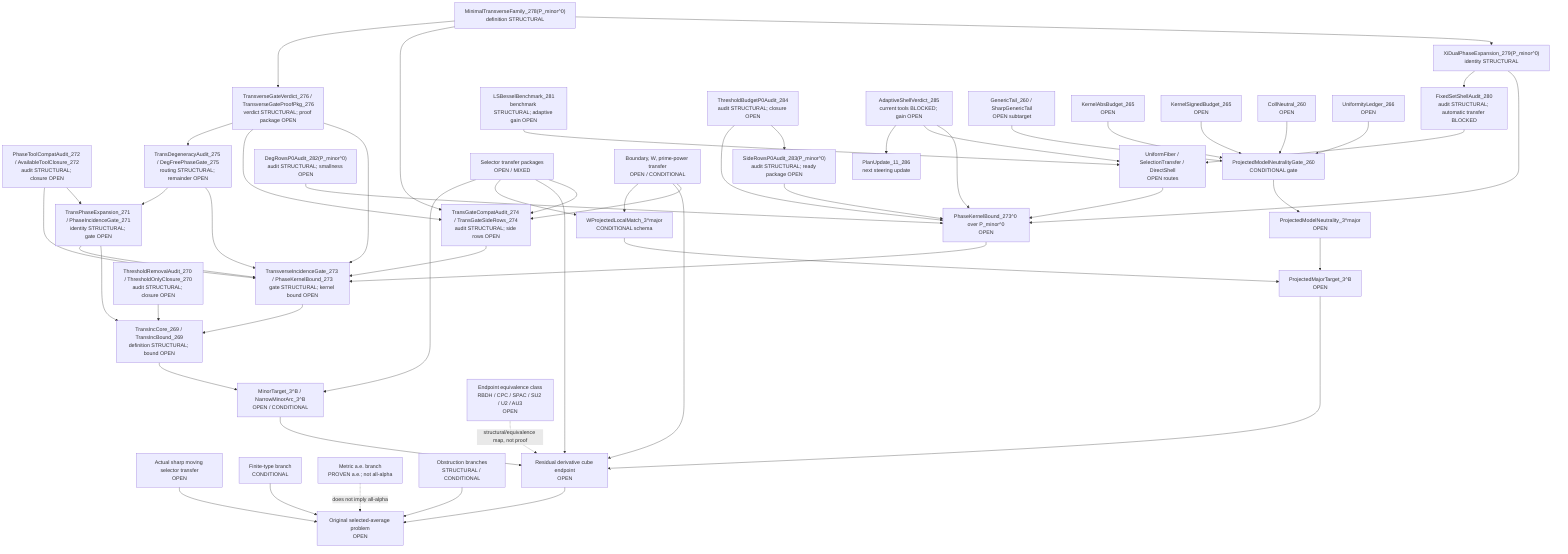
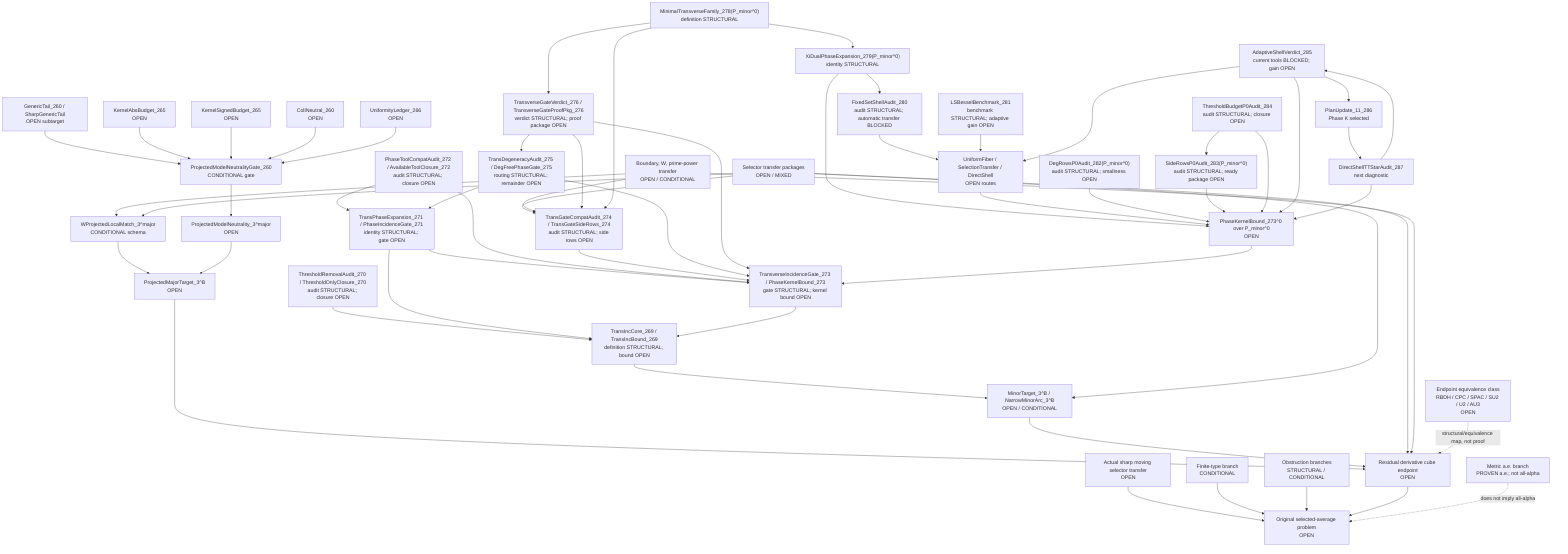
flowchart TD
  Original["Original selected-average problem<br/>OPEN"]
  SharpSel["Actual sharp moving selector transfer<br/>OPEN"]
  FiniteType["Finite-type branch<br/>CONDITIONAL"]
  Metric["Metric a.e. branch<br/>PROVEN a.e.; not all-alpha"]
  Obstruction["Obstruction branches<br/>STRUCTURAL / CONDITIONAL"]

  ResCube["Residual derivative cube endpoint<br/>OPEN"]
  MajorTarget["ProjectedMajorTarget_3^B<br/>OPEN"]
  MinorTarget["MinorTarget_3^B / NarrowMinorArc_3^B<br/>OPEN / CONDITIONAL"]
  TransInc["TransIncCore_269 / TransIncBound_269<br/>definition STRUCTURAL; bound OPEN"]
  ThresholdAudit["ThresholdRemovalAudit_270 / ThresholdOnlyClosure_270<br/>audit STRUCTURAL; closure OPEN"]
  PhaseExpansion["TransPhaseExpansion_271 / PhaseIncidenceGate_271<br/>identity STRUCTURAL; gate OPEN"]
  ToolCompat["PhaseToolCompatAudit_272 / AvailableToolClosure_272<br/>audit STRUCTURAL; closure OPEN"]
  TransGate["TransverseIncidenceGate_273 / PhaseKernelBound_273<br/>gate STRUCTURAL; kernel bound OPEN"]
  TransGateCompat["TransGateCompatAudit_274 / TransGateSideRows_274<br/>audit STRUCTURAL; side rows OPEN"]
  DegAudit["TransDegeneracyAudit_275 / DegFreePhaseGate_275<br/>routing STRUCTURAL; remainder OPEN"]
  TransVerdict["TransverseGateVerdict_276 / TransverseGateProofPkg_276<br/>verdict STRUCTURAL; proof package OPEN"]
  MinTransFamily["MinimalTransverseFamily_278(P_minor^0)<br/>definition STRUCTURAL"]
  XiExpansion["XiDualPhaseExpansion_279(P_minor^0)<br/>identity STRUCTURAL"]
  FixedShellAudit["FixedSetShellAudit_280<br/>audit STRUCTURAL; automatic transfer BLOCKED"]
  FixedShellTransfer["UniformFiber / SelectionTransfer / DirectShell<br/>OPEN routes"]
  LSBesselBench["LSBesselBenchmark_281<br/>benchmark STRUCTURAL; adaptive gain OPEN"]
  DegRowsP0["DegRowsP0Audit_282(P_minor^0)<br/>audit STRUCTURAL; smallness OPEN"]
  SideRowsP0["SideRowsP0Audit_283(P_minor^0)<br/>audit STRUCTURAL; ready package OPEN"]
  ThresholdP0["ThresholdBudgetP0Audit_284<br/>audit STRUCTURAL; closure OPEN"]
  AdaptiveShellP0["AdaptiveShellVerdict_285<br/>current tools BLOCKED; gain OPEN"]
-   PlanUpdate11["PlanUpdate_11_286<br/>next steering update"]
+   PlanUpdate11["PlanUpdate_11_286<br/>Phase K selected"]
+   DirectTTStar["DirectShellTTStarAudit_287<br/>next diagnostic"]
  PhaseKernel0["PhaseKernelBound_273^0 over P_minor^0<br/>OPEN"]
  SelectorTransfer["Selector transfer packages<br/>OPEN / MIXED"]
  BoundaryTransfer["Boundary, W, prime-power transfer<br/>OPEN / CONDITIONAL"]

  WLocal["WProjectedLocalMatch_3^major<br/>CONDITIONAL schema"]
  ModelNeutral["ProjectedModelNeutrality_3^major<br/>OPEN"]
  PMNGate["ProjectedModelNeutralityGate_260<br/>CONDITIONAL gate"]
  GenericTail["GenericTail_260 / SharpGenericTail<br/>OPEN subtarget"]
  KernelAbs["KernelAbsBudget_265<br/>OPEN"]
  KernelSigned["KernelSignedBudget_265<br/>OPEN"]
  CollNeutral["CollNeutral_260<br/>OPEN"]
  Uniformity["UniformityLedger_266<br/>OPEN"]

  EndpointClass["Endpoint equivalence class<br/>RBDH / CPC / SPAC / SU2 / U2 / AU3<br/>OPEN"]

  SharpSel --> Original
  FiniteType --> Original
  Obstruction --> Original
  ResCube --> Original
  Metric -. "does not imply all-alpha" .-> Original

  MajorTarget --> ResCube
  MinorTarget --> ResCube
  TransInc --> MinorTarget
  ThresholdAudit --> TransInc
  PhaseExpansion --> TransInc
  ToolCompat --> PhaseExpansion
  TransGate --> TransInc
  PhaseExpansion --> TransGate
  ToolCompat --> TransGate
  TransGateCompat --> TransGate
  SelectorTransfer --> TransGateCompat
  BoundaryTransfer --> TransGateCompat
  DegAudit --> TransGate
  DegAudit --> PhaseExpansion
  TransVerdict --> TransGate
  TransVerdict --> TransGateCompat
  TransVerdict --> DegAudit
  PhaseKernel0 --> TransGate
  MinTransFamily --> XiExpansion
  XiExpansion --> PhaseKernel0
  XiExpansion --> FixedShellAudit
  FixedShellAudit --> FixedShellTransfer
  FixedShellTransfer --> PhaseKernel0
  LSBesselBench --> FixedShellTransfer
  DegRowsP0 --> PhaseKernel0
  SideRowsP0 --> PhaseKernel0
  ThresholdP0 --> SideRowsP0
  ThresholdP0 --> PhaseKernel0
  AdaptiveShellP0 --> PhaseKernel0
  AdaptiveShellP0 --> FixedShellTransfer
  AdaptiveShellP0 --> PlanUpdate11
+   PlanUpdate11 --> DirectTTStar
+   DirectTTStar --> AdaptiveShellP0
+   DirectTTStar --> PhaseKernel0
  MinTransFamily --> TransGateCompat
  MinTransFamily --> TransVerdict
  SelectorTransfer --> ResCube
  BoundaryTransfer --> ResCube
  EndpointClass -. "structural/equivalence map, not proof" .-> ResCube

  WLocal --> MajorTarget
  ModelNeutral --> MajorTarget

  PMNGate --> ModelNeutral
  GenericTail --> PMNGate
  KernelAbs --> PMNGate
  KernelSigned --> PMNGate
  CollNeutral --> PMNGate
  Uniformity --> PMNGate

  BoundaryTransfer --> WLocal
  SelectorTransfer --> WLocal
  SelectorTransfer --> MinorTarget
